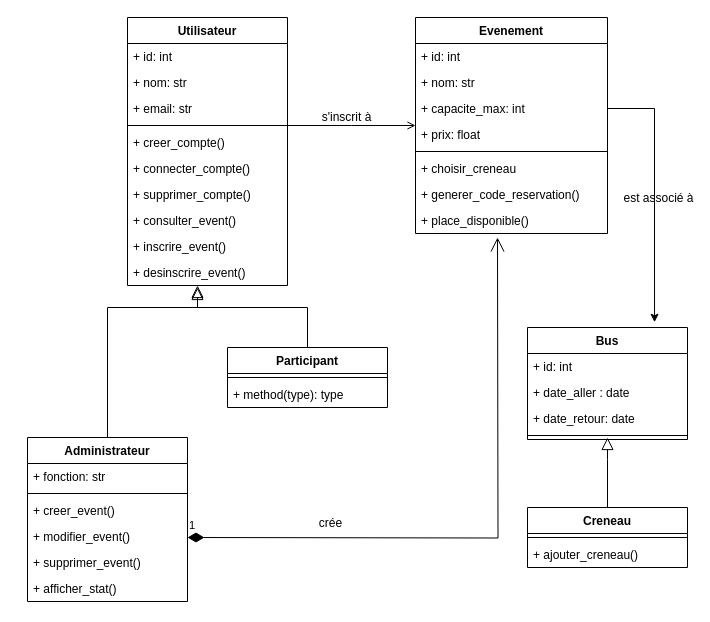
Above: doc/diagramme_classe.drawio in khalidjerrari/ENSAI-Projet-info-2A (draw.io), before the change. Source tidied: cells renumbered, new cells numbered last; positions are measured from the earlier drawing's top-left corner, leaving out a move shared by most shapes. Both pictures are drawn from the tidied source at 100%, with x=0, y=0 at pixel (27, 17).
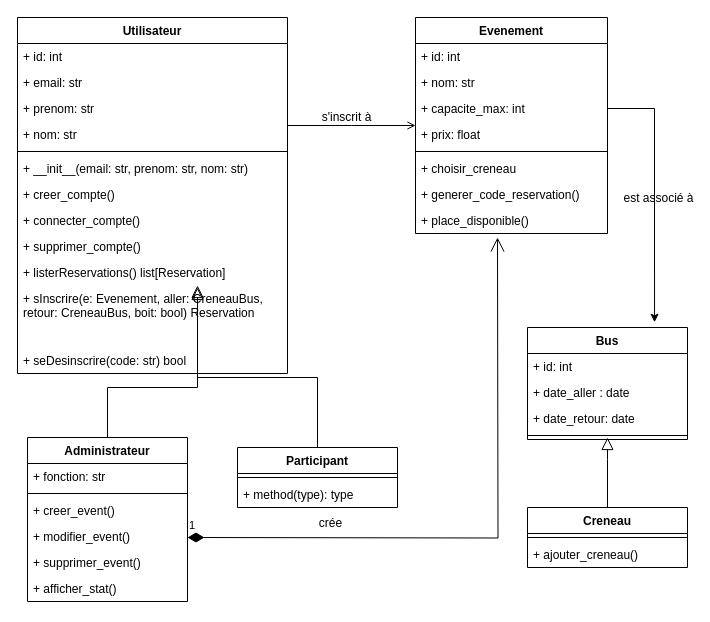
The same diagram, later.

Commit message (it also covers changes not shown here):
Mettre à jour diagramme_classe.drawio

Unchanged cells that the change refers to:
```xml
<mxCell id="13" value="Administrateur" style="swimlane;fontStyle=1;align=center;verticalAlign=top;horizontal=1;startSize=26;rounded=0;shadow=0;strokeWidth=1;" parent="1" vertex="1">
  <mxGeometry y="420" width="160" height="164" as="geometry" />
</mxCell>
```

Diff of the diagram source:
```diff
@@
     <mxCell id="2" value="Utilisateur" style="swimlane;fontStyle=1;align=center;verticalAlign=top;horizontal=1;startSize=26;rounded=0;shadow=0;strokeWidth=1;" parent="1" vertex="1">
-      <mxGeometry x="100" width="160" height="268" as="geometry" />
+      <mxGeometry x="-10" width="270" height="356" as="geometry" />
     </mxCell>
     <mxCell id="3" value="+ id: int" style="text;strokeColor=none;fillColor=none;align=left;verticalAlign=top;spacingLeft=4;spacingRight=4;overflow=hidden;whiteSpace=wrap;html=1;" parent="2" vertex="1">
-      <mxGeometry y="26" width="160" height="26" as="geometry" />
+      <mxGeometry y="26" width="270" height="26" as="geometry" />
     </mxCell>
+    <mxCell id="5" value="+ email: str" style="text;strokeColor=none;fillColor=none;align=left;verticalAlign=top;spacingLeft=4;spacingRight=4;overflow=hidden;whiteSpace=wrap;html=1;" parent="2" vertex="1">
+      <mxGeometry y="52" width="270" height="26" as="geometry" />
+    </mxCell>
+    <mxCell id="49" value="+ prenom: str" style="text;strokeColor=none;fillColor=none;align=left;verticalAlign=top;spacingLeft=4;spacingRight=4;overflow=hidden;whiteSpace=wrap;html=1;" parent="2" vertex="1">
+      <mxGeometry y="78" width="270" height="26" as="geometry" />
+    </mxCell>
     <mxCell id="4" value="+ nom: str" style="text;strokeColor=none;fillColor=none;align=left;verticalAlign=top;spacingLeft=4;spacingRight=4;overflow=hidden;whiteSpace=wrap;html=1;" parent="2" vertex="1">
-      <mxGeometry y="52" width="160" height="26" as="geometry" />
+      <mxGeometry y="104" width="270" height="26" as="geometry" />
     </mxCell>
-    <mxCell id="5" value="+ email: str" style="text;strokeColor=none;fillColor=none;align=left;verticalAlign=top;spacingLeft=4;spacingRight=4;overflow=hidden;whiteSpace=wrap;html=1;" parent="2" vertex="1">
-      <mxGeometry y="78" width="160" height="26" as="geometry" />
-    </mxCell>
     <mxCell id="6" style="line;html=1;strokeWidth=1;align=left;verticalAlign=middle;spacingTop=-1;spacingLeft=3;spacingRight=3;labelPosition=right;" parent="2" vertex="1">
-      <mxGeometry y="104" width="160" height="8" as="geometry" />
+      <mxGeometry y="130" width="270" height="8" as="geometry" />
     </mxCell>
+    <mxCell id="50" value="+ __init__(email: str, prenom: str, nom: str)" style="text;strokeColor=none;fillColor=none;align=left;verticalAlign=top;spacingLeft=4;spacingRight=4;overflow=hidden;whiteSpace=wrap;html=1;" parent="2" vertex="1">
+      <mxGeometry y="138" width="270" height="26" as="geometry" />
+    </mxCell>
     <mxCell id="7" value="+ creer_compte()" style="text;strokeColor=none;fillColor=none;align=left;verticalAlign=top;spacingLeft=4;spacingRight=4;overflow=hidden;whiteSpace=wrap;html=1;" parent="2" vertex="1">
-      <mxGeometry y="112" width="160" height="26" as="geometry" />
+      <mxGeometry y="164" width="270" height="26" as="geometry" />
     </mxCell>
     <mxCell id="8" value="+ connecter_compte()" style="text;strokeColor=none;fillColor=none;align=left;verticalAlign=top;spacingLeft=4;spacingRight=4;overflow=hidden;whiteSpace=wrap;html=1;" parent="2" vertex="1">
-      <mxGeometry y="138" width="160" height="26" as="geometry" />
+      <mxGeometry y="190" width="270" height="26" as="geometry" />
     </mxCell>
     <mxCell id="9" value="+ supprimer_compte()" style="text;strokeColor=none;fillColor=none;align=left;verticalAlign=top;spacingLeft=4;spacingRight=4;overflow=hidden;whiteSpace=wrap;html=1;" parent="2" vertex="1">
-      <mxGeometry y="164" width="160" height="26" as="geometry" />
+      <mxGeometry y="216" width="270" height="26" as="geometry" />
     </mxCell>
-    <mxCell id="10" value="+ consulter_event()" style="text;strokeColor=none;fillColor=none;align=left;verticalAlign=top;spacingLeft=4;spacingRight=4;overflow=hidden;whiteSpace=wrap;html=1;" parent="2" vertex="1">
-      <mxGeometry y="190" width="160" height="26" as="geometry" />
+    <mxCell id="10" value="+ listerReservations() list[Reservation]" style="text;strokeColor=none;fillColor=none;align=left;verticalAlign=top;spacingLeft=4;spacingRight=4;overflow=hidden;whiteSpace=wrap;html=1;" parent="2" vertex="1">
+      <mxGeometry y="242" width="270" height="26" as="geometry" />
     </mxCell>
-    <mxCell id="11" value="+ inscrire_event()" style="text;strokeColor=none;fillColor=none;align=left;verticalAlign=top;spacingLeft=4;spacingRight=4;overflow=hidden;whiteSpace=wrap;html=1;" parent="2" vertex="1">
-      <mxGeometry y="216" width="160" height="26" as="geometry" />
+    <mxCell id="11" value="+ sInscrire(e: Evenement, aller: CreneauBus, retour: CreneauBus, boit: bool) Reservation" style="text;strokeColor=none;fillColor=none;align=left;verticalAlign=top;spacingLeft=4;spacingRight=4;overflow=hidden;whiteSpace=wrap;html=1;" parent="2" vertex="1">
+      <mxGeometry y="268" width="270" height="62" as="geometry" />
     </mxCell>
-    <mxCell id="12" value="+ desinscrire_event()" style="text;strokeColor=none;fillColor=none;align=left;verticalAlign=top;spacingLeft=4;spacingRight=4;overflow=hidden;whiteSpace=wrap;html=1;" parent="2" vertex="1">
-      <mxGeometry y="242" width="160" height="26" as="geometry" />
+    <mxCell id="12" value="+ seDesinscrire(code: str) bool" style="text;strokeColor=none;fillColor=none;align=left;verticalAlign=top;spacingLeft=4;spacingRight=4;overflow=hidden;whiteSpace=wrap;html=1;" parent="2" vertex="1">
+      <mxGeometry y="330" width="270" height="26" as="geometry" />
     </mxCell>
@@
     <mxCell id="20" style="endArrow=block;endSize=10;endFill=0;shadow=0;strokeWidth=1;rounded=0;curved=0;edgeStyle=elbowEdgeStyle;elbow=vertical;exitX=0.5;exitY=0;exitDx=0;exitDy=0;" parent="1" edge="1" source="13">
       <mxGeometry relative="1" as="geometry">
         <mxPoint x="170" y="270" as="targetPoint" />
         <Array as="points">
+          <mxPoint x="160" y="370" />
           <mxPoint x="230" y="290" />
         </Array>
       </mxGeometry>
     </mxCell>
     <mxCell id="21" style="endArrow=block;endSize=10;endFill=0;shadow=0;strokeWidth=1;rounded=0;curved=0;edgeStyle=elbowEdgeStyle;elbow=vertical;" parent="1" edge="1" source="33">
       <mxGeometry relative="1" as="geometry">
         <mxPoint x="170" y="268" as="targetPoint" />
         <Array as="points">
+          <mxPoint x="170" y="360" />
+          <mxPoint x="210" y="370" />
           <mxPoint x="170" y="290" />
         </Array>
       </mxGeometry>
     </mxCell>
@@
     <mxCell id="33" value="Participant" style="swimlane;fontStyle=1;align=center;verticalAlign=top;horizontal=1;startSize=26;whiteSpace=wrap;html=1;" parent="1" vertex="1">
-      <mxGeometry x="200" y="330" width="160" height="60" as="geometry" />
+      <mxGeometry x="210" y="430" width="160" height="60" as="geometry" />
     </mxCell>
```
